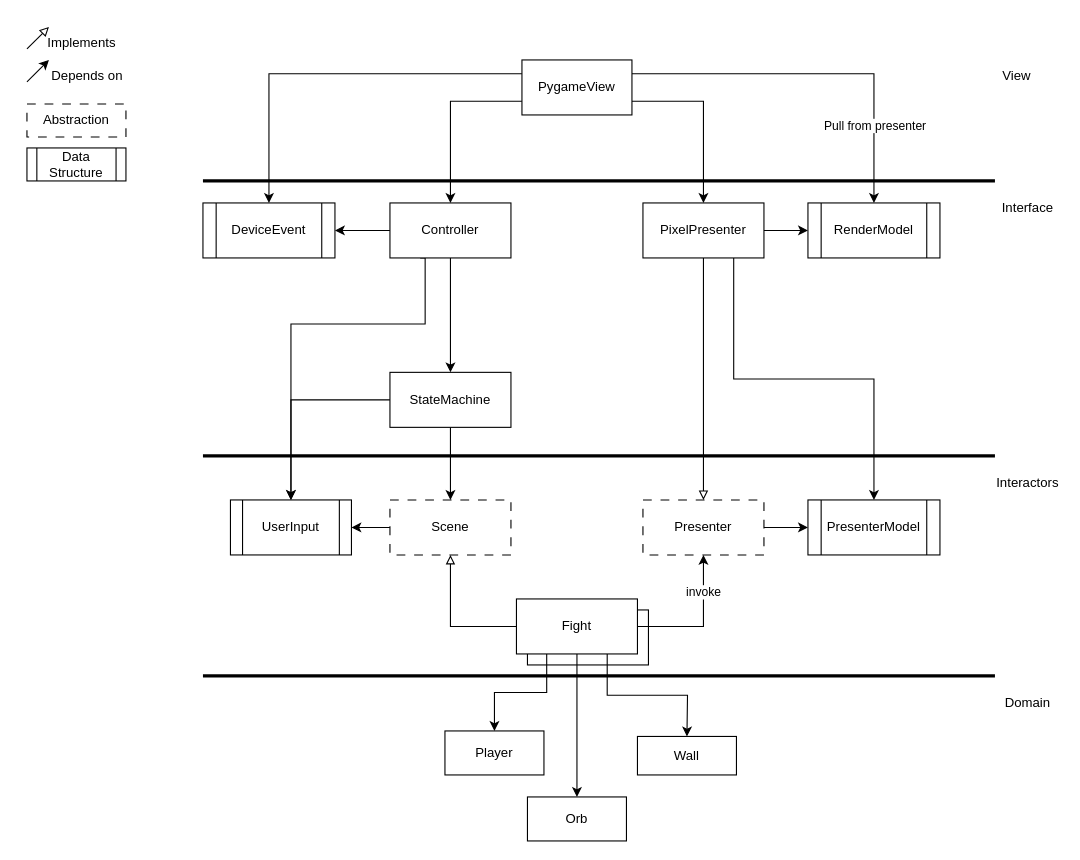
Earlier version of the draw.io diagram page "Current" (1 of 5) of zapocalypse.drawio (ENorell/zapocalypse). Source tidied: cells renumbered, new cells numbered last; positions are measured from the earlier drawing's top-left corner, leaving out a move shared by most shapes. Both pictures are drawn from the tidied source at 110%, with x=0, y=0 at pixel (26, 26).
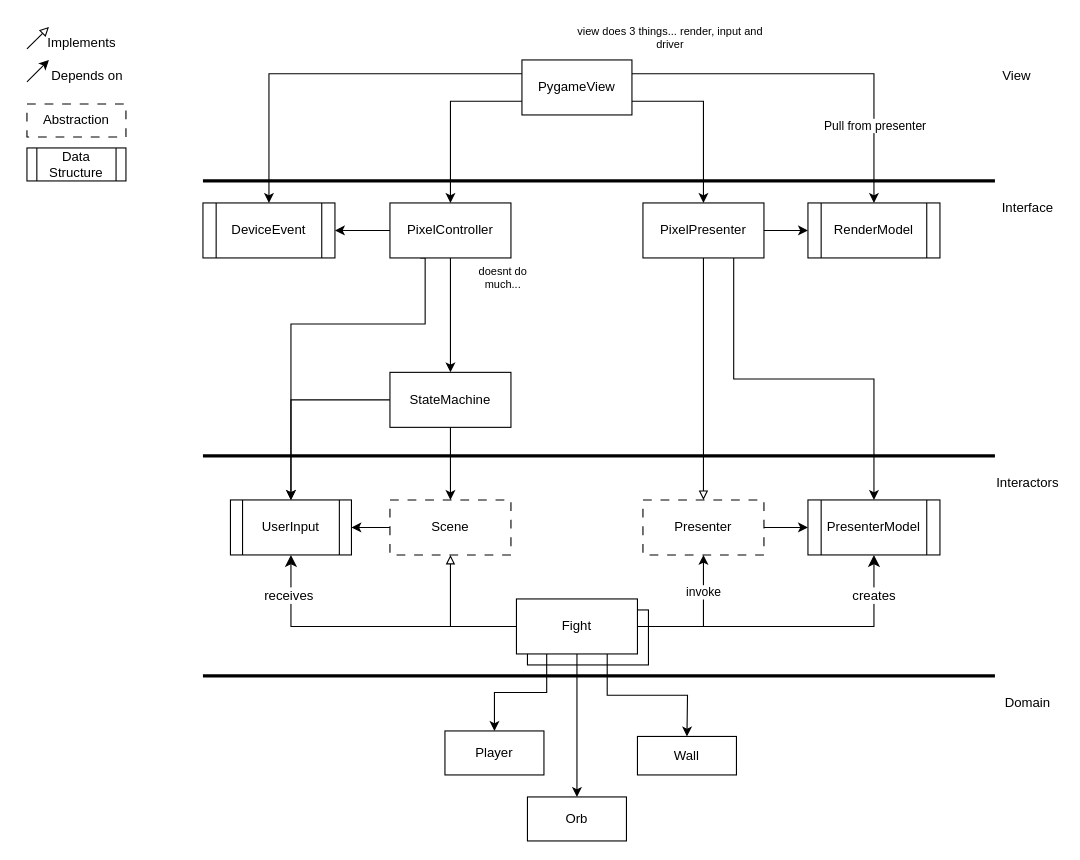
The same diagram, later.

The change refers to these unchanged cells:
```xml
<mxCell id="21" value="Fight" style="rounded=0;whiteSpace=wrap;html=1;" parent="1" vertex="1">
  <mxGeometry x="445" y="520" width="110" height="50" as="geometry" />
</mxCell>
<mxCell id="25" value="UserInput" style="shape=process;whiteSpace=wrap;html=1;backgroundOutline=1;" parent="1" vertex="1">
  <mxGeometry x="185" y="430" width="110" height="50" as="geometry" />
</mxCell>
<mxCell id="32" value="PresenterModel" style="shape=process;whiteSpace=wrap;html=1;backgroundOutline=1;" parent="1" vertex="1">
  <mxGeometry x="710" y="430" width="120" height="50" as="geometry" />
</mxCell>
```

What changed in the source:
```diff
@@
+    <mxCell id="52" style="edgeStyle=orthogonalEdgeStyle;rounded=0;jettySize=auto;html=1;entryX=0.5;entryY=1;entryDx=0;entryDy=0;fontSize=12;startSize=8;endSize=8;" parent="1" edge="1" source="21" target="32">
+      <mxGeometry relative="1" as="geometry" />
+    </mxCell>
+    <mxCell id="53" value="creates" style="edgeLabel;html=1;align=center;verticalAlign=middle;fontSize=12;" parent="52" vertex="1">
+      <mxGeometry x="0.74" y="1" relative="1" as="geometry" />
+    </mxCell>
+    <mxCell id="54" style="edgeStyle=orthogonalEdgeStyle;rounded=0;jettySize=auto;html=1;entryX=0.5;entryY=1;entryDx=0;entryDy=0;fontSize=12;startSize=8;endSize=8;" parent="1" edge="1" source="21" target="25">
+      <mxGeometry relative="1" as="geometry" />
+    </mxCell>
+    <mxCell id="55" value="receives" style="edgeLabel;html=1;align=center;verticalAlign=middle;fontSize=12;" parent="54" vertex="1">
+      <mxGeometry x="0.73" y="3" relative="1" as="geometry" />
+    </mxCell>
@@
-    <mxCell id="29" value="Controller" style="whiteSpace=wrap;html=1;strokeColor=default;" parent="1" vertex="1">
+    <mxCell id="29" value="PixelController" style="whiteSpace=wrap;html=1;strokeColor=default;" parent="1" vertex="1">
       <mxGeometry x="330" y="160" width="110" height="50" as="geometry" />
     </mxCell>
@@
+    <mxCell id="56" value="doesnt do much..." style="text;html=1;whiteSpace=wrap;strokeColor=none;fillColor=none;align=center;verticalAlign=middle;rounded=0;fontSize=10;" parent="1" vertex="1">
+      <mxGeometry x="403" y="213" width="60" height="30" as="geometry" />
+    </mxCell>
+    <mxCell id="57" value="view does 3 things... render, input and driver" style="text;html=1;whiteSpace=wrap;strokeColor=none;fillColor=none;align=center;verticalAlign=middle;rounded=0;fontSize=10;" parent="1" vertex="1">
+      <mxGeometry x="498" y="-6" width="174" height="32" as="geometry" />
+    </mxCell>
```
